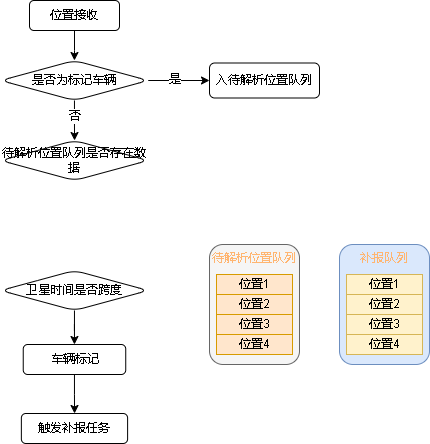
Earlier version of the draw.io export 809数据跨度.drawio.png (xktder/draw). Source tidied: cells renumbered, new cells last; positions are measured from the earlier drawing's top-left corner, leaving out a move shared by most shapes.
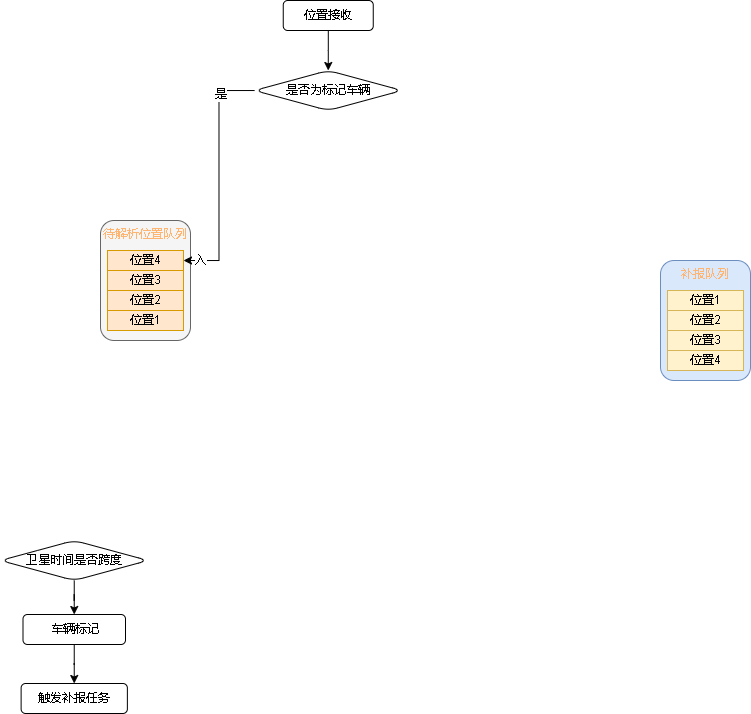
After the commit.

Commit message:
更新809数据跨度.drawio.png

Diff of the diagram source:
```diff
@@ -6,64 +6,46 @@
       <mxGeometry relative="1" as="geometry" />
     </mxCell>
     <mxCell id="3" value="位置接收" style="rounded=1;whiteSpace=wrap;html=1;" parent="1" vertex="1">
-      <mxGeometry x="29" width="90" height="30" as="geometry" />
+      <mxGeometry x="151.8" y="-20" width="90" height="30" as="geometry" />
     </mxCell>
     <mxCell id="4" style="edgeStyle=orthogonalEdgeStyle;rounded=0;jettySize=auto;html=1;" parent="1" edge="1" source="5" target="7">
       <mxGeometry relative="1" as="geometry" />
     </mxCell>
     <mxCell id="5" value="卫星时间是否跨度" style="rhombus;whiteSpace=wrap;html=1;rounded=1;" parent="1" vertex="1">
-      <mxGeometry x="0.2" y="270" width="147.5" height="40" as="geometry" />
+      <mxGeometry x="-131" y="520" width="147.5" height="40" as="geometry" />
     </mxCell>
     <mxCell id="6" style="edgeStyle=orthogonalEdgeStyle;rounded=0;jettySize=auto;html=1;" parent="1" edge="1" source="7" target="8">
       <mxGeometry relative="1" as="geometry" />
     </mxCell>
     <mxCell id="7" value="车辆标记" style="whiteSpace=wrap;html=1;rounded=1;" parent="1" vertex="1">
-      <mxGeometry x="22.7" y="344" width="102.5" height="30" as="geometry" />
+      <mxGeometry x="-108.5" y="594" width="102.5" height="30" as="geometry" />
     </mxCell>
     <mxCell id="8" value="触发补报任务" style="whiteSpace=wrap;html=1;rounded=1;" parent="1" vertex="1">
-      <mxGeometry x="20.9" y="413" width="106.2" height="30" as="geometry" />
+      <mxGeometry x="-110.4" y="663" width="106.2" height="30" as="geometry" />
     </mxCell>
-    <mxCell id="9" style="edgeStyle=orthogonalEdgeStyle;rounded=0;jettySize=auto;html=1;" parent="1" edge="1" source="13" target="15">
-      <mxGeometry relative="1" as="geometry" />
-    </mxCell>
-    <mxCell id="10" value="否" style="edgeLabel;html=1;align=center;verticalAlign=middle;" parent="9" vertex="1">
-      <mxGeometry x="-0.22" relative="1" as="geometry" />
-    </mxCell>
-    <mxCell id="11" style="edgeStyle=orthogonalEdgeStyle;rounded=0;jettySize=auto;html=1;" parent="1" edge="1" source="13" target="14">
-      <mxGeometry relative="1" as="geometry" />
-    </mxCell>
-    <mxCell id="12" value="是" style="edgeLabel;html=1;align=center;verticalAlign=middle;" parent="11" vertex="1">
-      <mxGeometry x="-0.16" y="1" relative="1" as="geometry" />
-    </mxCell>
     <mxCell id="13" value="是否为标记车辆" style="rhombus;whiteSpace=wrap;html=1;rounded=1;" parent="1" vertex="1">
-      <mxGeometry x="0.2" y="60" width="147.5" height="40" as="geometry" />
+      <mxGeometry x="123" y="50" width="147.5" height="40" as="geometry" />
     </mxCell>
-    <mxCell id="14" value="入待解析位置队列" style="whiteSpace=wrap;html=1;rounded=1;" parent="1" vertex="1">
-      <mxGeometry x="209" y="62.5" width="110" height="35" as="geometry" />
-    </mxCell>
-    <mxCell id="15" value="待解析位置队列是否存在数据" style="rhombus;whiteSpace=wrap;html=1;rounded=1;" parent="1" vertex="1">
-      <mxGeometry x="0.2" y="140" width="147.5" height="40" as="geometry" />
-    </mxCell>
     <mxCell id="16" style="group;" parent="1" vertex="1">
-      <mxGeometry x="209" y="244" width="90" height="120" as="geometry" />
+      <mxGeometry x="-31" y="200" width="90" height="120" as="geometry" />
     </mxCell>
     <mxCell id="17" value="&lt;font color=&quot;#ffb570&quot;&gt;待解析位置队列&lt;/font&gt;" style="rounded=1;whiteSpace=wrap;html=1;verticalAlign=top;fillColor=#f5f5f5;fontColor=#333333;strokeColor=#666666;" parent="16" vertex="1">
       <mxGeometry width="90" height="120" as="geometry" />
     </mxCell>
-    <mxCell id="18" value="&lt;font color=&quot;#000000&quot;&gt;位置1&lt;/font&gt;" style="rounded=0;whiteSpace=wrap;html=1;fillColor=#ffe6cc;strokeColor=#d79b00;" parent="16" vertex="1">
+    <mxCell id="18" value="&lt;font color=&quot;#000000&quot;&gt;位置4&lt;/font&gt;" style="rounded=0;whiteSpace=wrap;html=1;fillColor=#ffe6cc;strokeColor=#d79b00;" parent="16" vertex="1">
       <mxGeometry x="7" y="30" width="76" height="20" as="geometry" />
     </mxCell>
-    <mxCell id="19" value="&lt;font color=&quot;#000000&quot;&gt;位置2&lt;/font&gt;" style="rounded=0;whiteSpace=wrap;html=1;fillColor=#ffe6cc;strokeColor=#d79b00;" parent="16" vertex="1">
+    <mxCell id="19" value="&lt;font color=&quot;#000000&quot;&gt;位置3&lt;/font&gt;" style="rounded=0;whiteSpace=wrap;html=1;fillColor=#ffe6cc;strokeColor=#d79b00;" parent="16" vertex="1">
       <mxGeometry x="7" y="50" width="76" height="20" as="geometry" />
     </mxCell>
-    <mxCell id="20" value="&lt;font color=&quot;#000000&quot;&gt;位置3&lt;/font&gt;" style="rounded=0;whiteSpace=wrap;html=1;fillColor=#ffe6cc;strokeColor=#d79b00;" parent="16" vertex="1">
+    <mxCell id="20" value="&lt;font color=&quot;#000000&quot;&gt;位置2&lt;/font&gt;" style="rounded=0;whiteSpace=wrap;html=1;fillColor=#ffe6cc;strokeColor=#d79b00;" parent="16" vertex="1">
       <mxGeometry x="7" y="70" width="76" height="20" as="geometry" />
     </mxCell>
-    <mxCell id="21" value="&lt;font color=&quot;#000000&quot;&gt;位置4&lt;/font&gt;" style="rounded=0;whiteSpace=wrap;html=1;fillColor=#ffe6cc;strokeColor=#d79b00;" parent="16" vertex="1">
+    <mxCell id="21" value="&lt;font color=&quot;#000000&quot;&gt;位置1&lt;/font&gt;" style="rounded=0;whiteSpace=wrap;html=1;fillColor=#ffe6cc;strokeColor=#d79b00;" parent="16" vertex="1">
       <mxGeometry x="7" y="90" width="76" height="20" as="geometry" />
     </mxCell>
     <mxCell id="22" style="group;" parent="1" vertex="1">
-      <mxGeometry x="339" y="244" width="90" height="120" as="geometry" />
+      <mxGeometry x="529" y="240" width="90" height="120" as="geometry" />
     </mxCell>
     <mxCell id="23" value="&lt;font color=&quot;#ffb570&quot;&gt;补报队列&lt;/font&gt;" style="rounded=1;whiteSpace=wrap;html=1;verticalAlign=top;fillColor=#dae8fc;strokeColor=#6c8ebf;" parent="22" vertex="1">
       <mxGeometry width="90" height="120" as="geometry" />
@@ -80,5 +62,16 @@
     <mxCell id="27" value="&lt;font color=&quot;#000000&quot;&gt;位置4&lt;/font&gt;" style="rounded=0;whiteSpace=wrap;html=1;fillColor=#fff2cc;strokeColor=#d6b656;" parent="22" vertex="1">
       <mxGeometry x="7" y="90" width="76" height="20" as="geometry" />
     </mxCell>
+    <mxCell id="28" style="edgeStyle=orthogonalEdgeStyle;rounded=0;jettySize=auto;html=1;fontColor=#000000;entryX=1;entryY=0.5;entryDx=0;entryDy=0;" parent="1" edge="1" source="13" target="18">
+      <mxGeometry relative="1" as="geometry" />
+    </mxCell>
+    <mxCell id="12" value="是" style="edgeLabel;html=1;align=center;verticalAlign=middle;fontColor=#000000;" parent="28" vertex="1">
+      <mxGeometry x="-0.68" y="1" relative="1" as="geometry" />
+    </mxCell>
+    <mxCell id="29" value="入" style="edgeLabel;html=1;align=center;verticalAlign=middle;fontColor=#000000;" parent="28" vertex="1">
+      <mxGeometry x="0.76" y="-3" relative="1" as="geometry">
+        <mxPoint x="-12" y="3" as="offset" />
+      </mxGeometry>
+    </mxCell>
   </root>
 </mxGraphModel>
```
